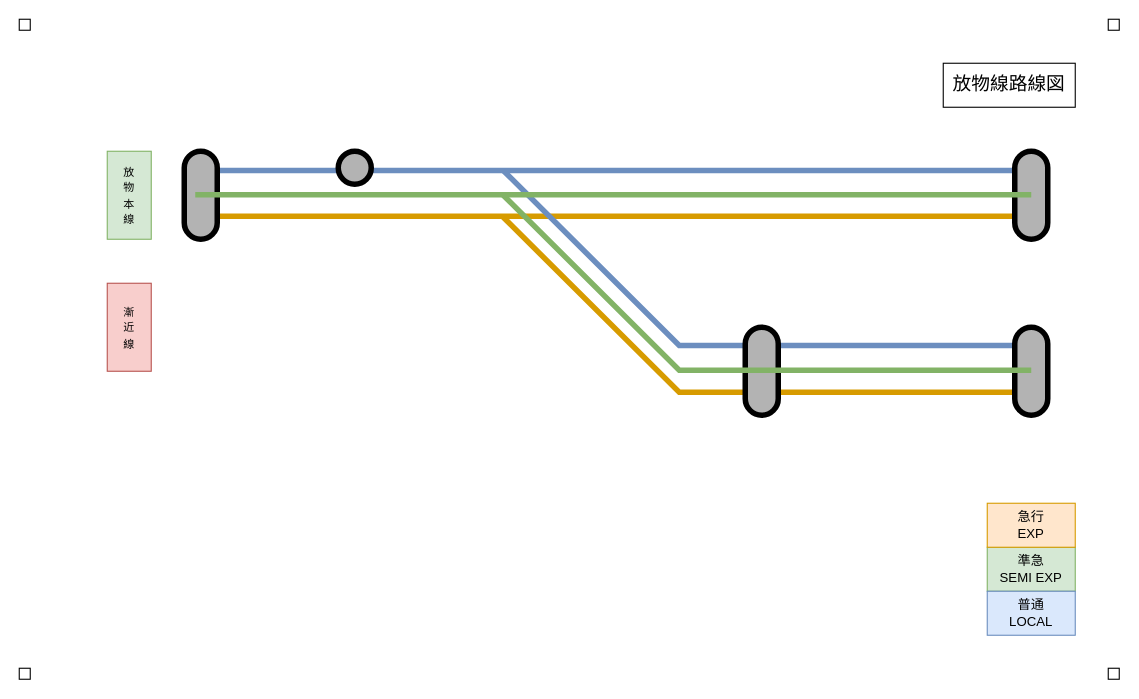
Earlier version of the draw.io diagram page "ページ2" (2 of 4) of バリン鯖放物線.drawio (chainsawsteel1/drawio-files). Source tidied: cells renumbered, new cells numbered last; positions are measured from the earlier drawing's top-left corner, leaving out a move shared by most shapes. Both pictures are drawn from the tidied source at 110%, with x=0, y=0 at pixel (19, 19).
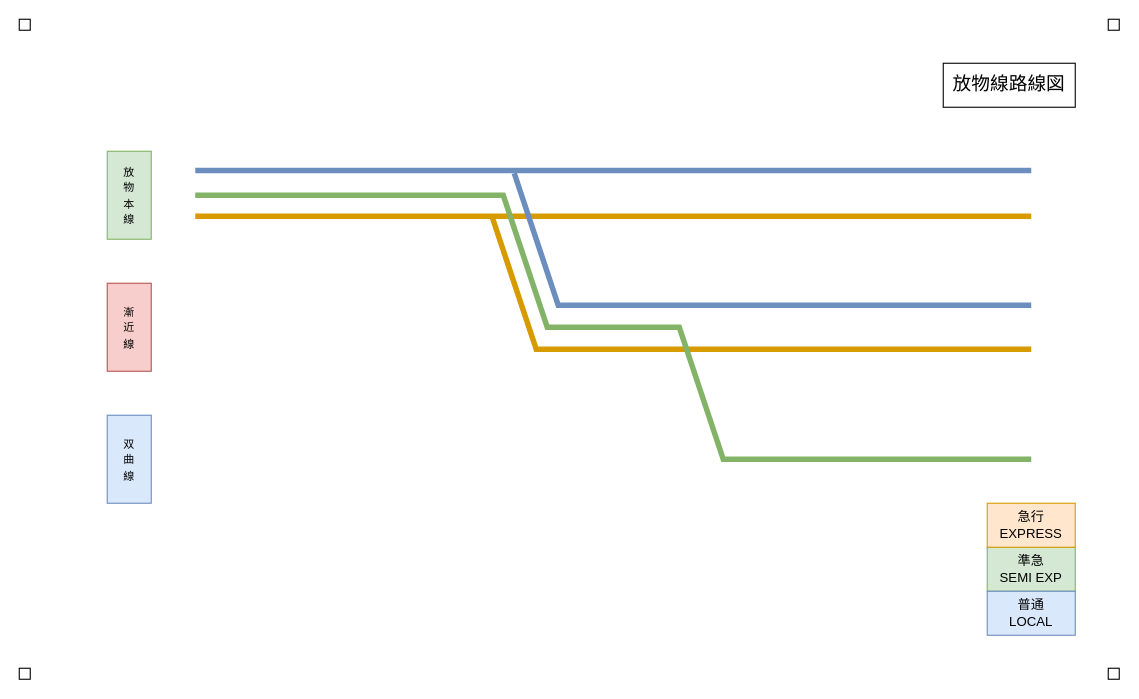
The same page after the edit.

The edit, as a diff of the source:
```diff
@@
-    <mxCell id="5" value="&lt;div&gt;急行&lt;br&gt;&lt;/div&gt;&lt;div&gt;EXP&lt;br&gt;&lt;/div&gt;" style="text;html=1;align=center;verticalAlign=middle;whiteSpace=wrap;rounded=0;fillColor=#ffe6cc;strokeColor=#d79b00;" parent="1" vertex="1">
+    <mxCell id="5" value="&lt;div&gt;急行&lt;br&gt;&lt;/div&gt;&lt;div&gt;EXPRESS&lt;br&gt;&lt;/div&gt;" style="text;html=1;align=center;verticalAlign=middle;whiteSpace=wrap;rounded=0;fillColor=#ffe6cc;strokeColor=#d79b00;" parent="1" vertex="1">
       <mxGeometry x="880" y="440" width="80" height="40" as="geometry" />
     </mxCell>
@@
     <mxCell id="10" style="endArrow=none;html=1;rounded=0;fillColor=#dae8fc;strokeColor=#6c8ebf;strokeWidth=5;" parent="1" edge="1">
       <mxGeometry relative="1" as="geometry">
-        <mxPoint x="440" y="137.5" as="sourcePoint" />
-        <mxPoint x="920" y="296.5" as="targetPoint" />
+        <mxPoint x="450" y="140" as="sourcePoint" />
+        <mxPoint x="920" y="260" as="targetPoint" />
         <Array as="points">
-          <mxPoint x="600" y="296.5" />
+          <mxPoint x="490" y="260" />
         </Array>
       </mxGeometry>
     </mxCell>
     <mxCell id="11" style="endArrow=none;html=1;rounded=0;fillColor=#ffe6cc;strokeColor=#d79b00;strokeWidth=5;" parent="1" edge="1">
       <mxGeometry relative="1" as="geometry">
-        <mxPoint x="440" y="180" as="sourcePoint" />
-        <mxPoint x="920" y="339" as="targetPoint" />
+        <mxPoint x="430" y="180" as="sourcePoint" />
+        <mxPoint x="920" y="300" as="targetPoint" />
         <Array as="points">
-          <mxPoint x="600" y="339" />
+          <mxPoint x="470" y="300" />
         </Array>
       </mxGeometry>
     </mxCell>
-    <mxCell id="12" style="rounded=1;whiteSpace=wrap;html=1;fillColor=#B3B3B3;arcSize=50;strokeWidth=5;" parent="1" vertex="1">
-      <mxGeometry x="905" y="120" width="30" height="80" as="geometry" />
-    </mxCell>
-    <mxCell id="13" style="rounded=1;whiteSpace=wrap;html=1;fillColor=#B3B3B3;arcSize=50;strokeWidth=5;" parent="1" vertex="1">
-      <mxGeometry x="905" y="280" width="30" height="80" as="geometry" />
-    </mxCell>
-    <mxCell id="14" style="rounded=1;whiteSpace=wrap;html=1;fillColor=#B3B3B3;arcSize=50;strokeWidth=5;" parent="1" vertex="1">
-      <mxGeometry x="150" y="120" width="30" height="80" as="geometry" />
-    </mxCell>
-    <mxCell id="15" style="rounded=1;whiteSpace=wrap;html=1;fillColor=#B3B3B3;arcSize=50;strokeWidth=5;" parent="1" vertex="1">
-      <mxGeometry x="660" y="280" width="30" height="80" as="geometry" />
-    </mxCell>
-    <mxCell id="16" style="rounded=1;whiteSpace=wrap;html=1;fillColor=#B3B3B3;arcSize=50;strokeWidth=5;" parent="1" vertex="1">
-      <mxGeometry x="290" y="120" width="30" height="30" as="geometry" />
-    </mxCell>
@@
     <mxCell id="21" style="endArrow=none;html=1;rounded=0;fillColor=#d5e8d4;strokeColor=#82b366;strokeWidth=5;" parent="1" edge="1">
       <mxGeometry relative="1" as="geometry">
-        <mxPoint x="440" y="160" as="sourcePoint" />
-        <mxPoint x="920" y="319" as="targetPoint" />
+        <mxPoint x="160" y="160" as="sourcePoint" />
+        <mxPoint x="920" y="400" as="targetPoint" />
         <Array as="points">
-          <mxPoint x="600" y="319" />
+          <mxPoint x="440" y="160" />
+          <mxPoint x="480" y="280" />
+          <mxPoint x="600" y="280" />
+          <mxPoint x="640" y="400" />
         </Array>
       </mxGeometry>
     </mxCell>
-    <mxCell id="22" style="endArrow=none;html=1;rounded=0;fillColor=#d5e8d4;strokeColor=#82b366;strokeWidth=5;" parent="1" edge="1">
-      <mxGeometry relative="1" as="geometry">
-        <mxPoint x="160" y="159.5" as="sourcePoint" />
-        <mxPoint x="920" y="159.5" as="targetPoint" />
-      </mxGeometry>
-    </mxCell>
+    <mxCell id="23" value="&lt;div&gt;&lt;font style=&quot;font-size: 10px;&quot;&gt;双&lt;/font&gt;&lt;/div&gt;&lt;div&gt;&lt;font style=&quot;font-size: 10px;&quot;&gt;曲&lt;/font&gt;&lt;/div&gt;&lt;div&gt;&lt;font style=&quot;font-size: 10px;&quot;&gt;線&lt;/font&gt;&lt;/div&gt;" style="text;html=1;align=center;verticalAlign=middle;whiteSpace=wrap;rounded=0;fillColor=#dae8fc;strokeColor=#6c8ebf;" parent="1" vertex="1">
+      <mxGeometry x="80" y="360" width="40" height="80" as="geometry" />
+    </mxCell>
```
